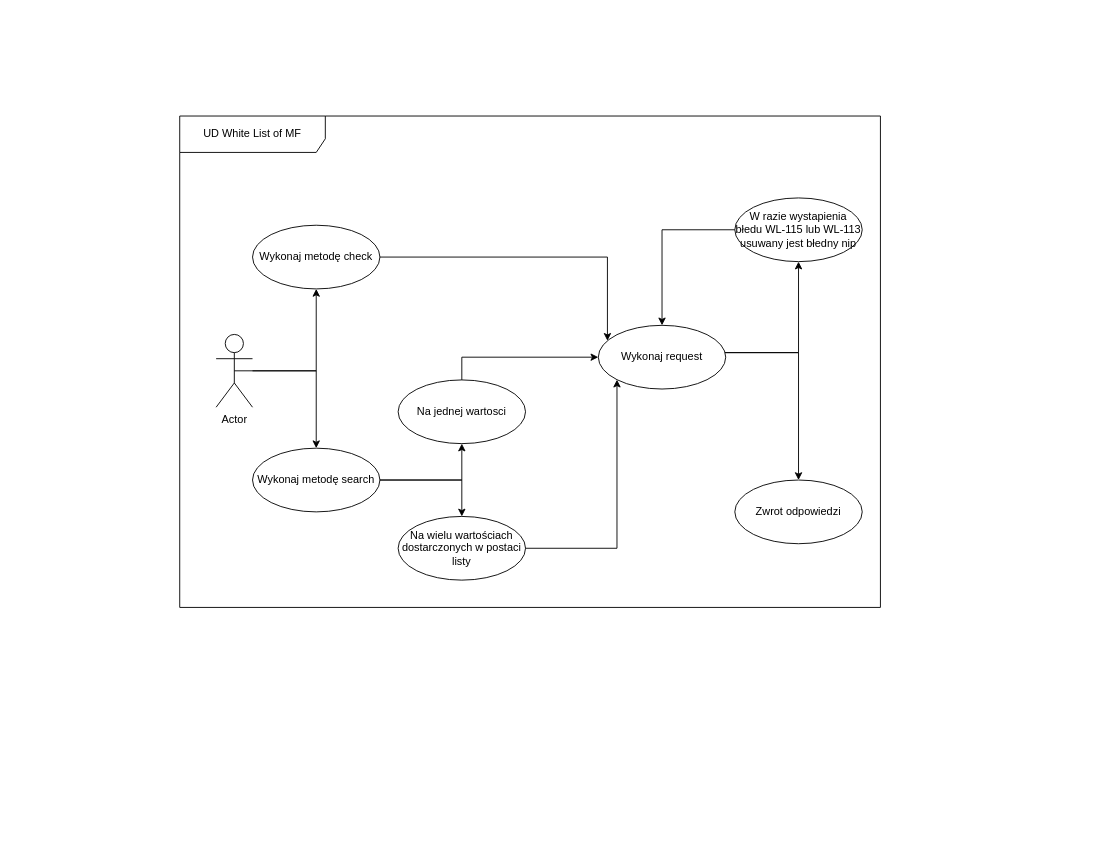
Earlier version of the draw.io diagram Untitled Diagram.drawio (AleksanderStaruch/HospitalUML). Source tidied: cells renumbered, new cells numbered last; positions are measured from the earlier drawing's top-left corner, leaving out a move shared by most shapes. Both pictures are drawn from the tidied source at 91%, with x=0, y=0 at pixel (179, 116).
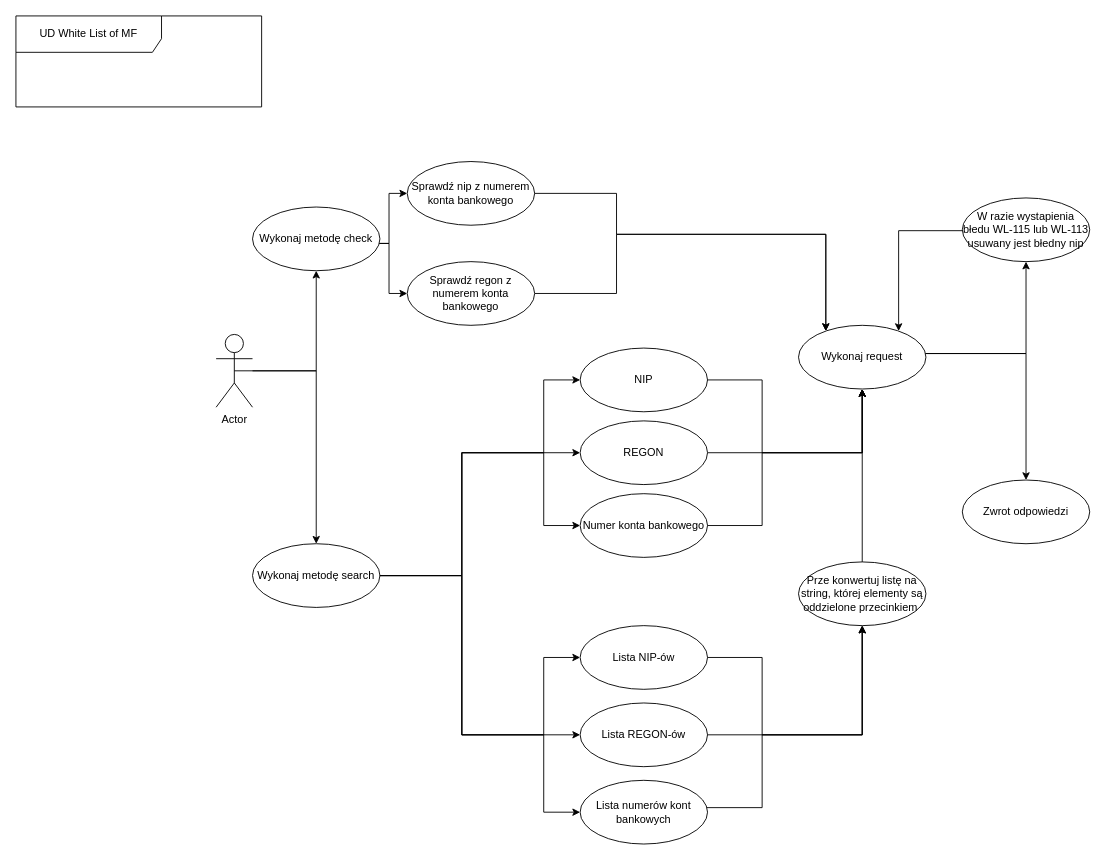
After the change.

What changed in the source:
```diff
@@
     <mxCell id="2" value="UD White List of MF" style="shape=umlFrame;whiteSpace=wrap;html=1;width=160;height=40;" parent="1" vertex="1">
-      <mxGeometry width="770" height="540" as="geometry" />
+      <mxGeometry x="-180" y="-110" width="270" height="100" as="geometry" />
     </mxCell>
@@
     <mxCell id="5" value="Wykonaj metodę check" style="ellipse;whiteSpace=wrap;html=1;" parent="1" vertex="1">
-      <mxGeometry x="80" y="120" width="140" height="70" as="geometry" />
+      <mxGeometry x="80" y="100" width="140" height="70" as="geometry" />
     </mxCell>
     <mxCell id="6" value="Wykonaj metodę&amp;nbsp;search" style="ellipse;whiteSpace=wrap;html=1;" parent="1" vertex="1">
-      <mxGeometry x="80" y="365" width="140" height="70" as="geometry" />
+      <mxGeometry x="80" y="470" width="140" height="70" as="geometry" />
     </mxCell>
-    <mxCell id="7" value="Na jednej wartosci" style="ellipse;whiteSpace=wrap;html=1;" parent="1" vertex="1">
-      <mxGeometry x="240" y="290" width="140" height="70" as="geometry" />
-    </mxCell>
-    <mxCell id="8" value="Na wielu wartościach&lt;br&gt;dostarczonych w postaci listy" style="ellipse;whiteSpace=wrap;html=1;" parent="1" vertex="1">
-      <mxGeometry x="240" y="440" width="140" height="70" as="geometry" />
-    </mxCell>
-    <mxCell id="9" style="edgeStyle=orthogonalEdgeStyle;rounded=0;jettySize=auto;html=1;" parent="1" edge="1" source="6" target="7">
-      <mxGeometry relative="1" as="geometry" />
-    </mxCell>
-    <mxCell id="10" style="edgeStyle=orthogonalEdgeStyle;rounded=0;jettySize=auto;html=1;" parent="1" edge="1" source="6" target="8">
-      <mxGeometry relative="1" as="geometry" />
-    </mxCell>
@@
     <mxCell id="12" value="Wykonaj request" style="ellipse;whiteSpace=wrap;html=1;" parent="1" vertex="1">
-      <mxGeometry x="460" y="230" width="140" height="70" as="geometry" />
+      <mxGeometry x="680" y="230" width="140" height="70" as="geometry" />
     </mxCell>
-    <mxCell id="13" style="edgeStyle=orthogonalEdgeStyle;rounded=0;jettySize=auto;html=1;" parent="1" edge="1" source="5" target="12">
+    <mxCell id="13" style="edgeStyle=orthogonalEdgeStyle;rounded=0;jettySize=auto;html=1;" parent="1" edge="1" source="22" target="12">
       <mxGeometry relative="1" as="geometry">
         <Array as="points">
-          <mxPoint x="470" y="155" />
+          <mxPoint x="480" y="195" />
+          <mxPoint x="480" y="130" />
+          <mxPoint x="710" y="130" />
         </Array>
       </mxGeometry>
     </mxCell>
     <mxCell id="14" style="edgeStyle=orthogonalEdgeStyle;rounded=0;jettySize=auto;html=1;" parent="1" edge="1" source="12" target="18">
       <mxGeometry relative="1" as="geometry">
         <Array as="points">
-          <mxPoint x="680" y="260" />
+          <mxPoint x="930" y="261" />
         </Array>
       </mxGeometry>
     </mxCell>
-    <mxCell id="15" style="edgeStyle=orthogonalEdgeStyle;rounded=0;jettySize=auto;html=1;" parent="1" edge="1" source="7" target="12">
+    <mxCell id="15" style="edgeStyle=orthogonalEdgeStyle;rounded=0;jettySize=auto;html=1;exitX=1;exitY=0.5;exitDx=0;exitDy=0;" parent="1" edge="1" source="26" target="12">
       <mxGeometry relative="1" as="geometry">
         <Array as="points">
-          <mxPoint x="310" y="265" />
+          <mxPoint x="750" y="370" />
         </Array>
       </mxGeometry>
     </mxCell>
-    <mxCell id="16" style="edgeStyle=orthogonalEdgeStyle;rounded=0;jettySize=auto;html=1;entryX=0;entryY=1;entryDx=0;entryDy=0;" parent="1" edge="1" source="8" target="12">
-      <mxGeometry relative="1" as="geometry">
-        <Array as="points">
-          <mxPoint x="481" y="475" />
-        </Array>
-      </mxGeometry>
-    </mxCell>
     <mxCell id="17" style="edgeStyle=orthogonalEdgeStyle;rounded=0;jettySize=auto;html=1;" parent="1" edge="1" source="12" target="20">
       <mxGeometry relative="1" as="geometry">
         <Array as="points">
-          <mxPoint x="680" y="260" />
+          <mxPoint x="930" y="261" />
         </Array>
       </mxGeometry>
     </mxCell>
     <mxCell id="18" value="W razie wystapienia błedu WL-115 lub WL-113 usuwany jest błedny nip" style="ellipse;whiteSpace=wrap;html=1;" parent="1" vertex="1">
-      <mxGeometry x="610" y="90" width="140" height="70" as="geometry" />
+      <mxGeometry x="860" y="90" width="140" height="70" as="geometry" />
     </mxCell>
     <mxCell id="19" style="edgeStyle=orthogonalEdgeStyle;rounded=0;jettySize=auto;html=1;" parent="1" edge="1" source="18" target="12">
-      <mxGeometry relative="1" as="geometry" />
+      <mxGeometry relative="1" as="geometry">
+        <Array as="points">
+          <mxPoint x="790" y="126" />
+        </Array>
+      </mxGeometry>
     </mxCell>
     <mxCell id="20" value="Zwrot odpowiedzi" style="ellipse;whiteSpace=wrap;html=1;" parent="1" vertex="1">
-      <mxGeometry x="610" y="400" width="140" height="70" as="geometry" />
+      <mxGeometry x="860" y="400" width="140" height="70" as="geometry" />
     </mxCell>
+    <mxCell id="21" value="Sprawdź nip z numerem konta bankowego" style="ellipse;whiteSpace=wrap;html=1;" parent="1" vertex="1">
+      <mxGeometry x="250" y="50" width="140" height="70" as="geometry" />
+    </mxCell>
+    <mxCell id="22" value="Sprawdź regon&amp;nbsp;z numerem konta bankowego" style="ellipse;whiteSpace=wrap;html=1;" parent="1" vertex="1">
+      <mxGeometry x="250" y="160" width="140" height="70" as="geometry" />
+    </mxCell>
+    <mxCell id="23" style="edgeStyle=orthogonalEdgeStyle;rounded=0;jettySize=auto;html=1;" parent="1" edge="1" source="21" target="12">
+      <mxGeometry relative="1" as="geometry">
+        <Array as="points">
+          <mxPoint x="480" y="85" />
+          <mxPoint x="480" y="130" />
+          <mxPoint x="710" y="130" />
+        </Array>
+      </mxGeometry>
+    </mxCell>
+    <mxCell id="24" style="edgeStyle=orthogonalEdgeStyle;rounded=0;jettySize=auto;html=1;" parent="1" edge="1" source="5" target="22">
+      <mxGeometry relative="1" as="geometry">
+        <Array as="points">
+          <mxPoint x="230" y="140" />
+          <mxPoint x="230" y="195" />
+        </Array>
+      </mxGeometry>
+    </mxCell>
+    <mxCell id="25" style="edgeStyle=orthogonalEdgeStyle;rounded=0;jettySize=auto;html=1;" parent="1" edge="1" source="5" target="21">
+      <mxGeometry relative="1" as="geometry">
+        <Array as="points">
+          <mxPoint x="230" y="140" />
+          <mxPoint x="230" y="85" />
+        </Array>
+      </mxGeometry>
+    </mxCell>
+    <mxCell id="26" value="REGON" style="ellipse;whiteSpace=wrap;html=1;" parent="1" vertex="1">
+      <mxGeometry x="440" y="335" width="140" height="70" as="geometry" />
+    </mxCell>
+    <mxCell id="27" value="NIP" style="ellipse;whiteSpace=wrap;html=1;" parent="1" vertex="1">
+      <mxGeometry x="440" y="255" width="140" height="70" as="geometry" />
+    </mxCell>
+    <mxCell id="28" value="Numer konta bankowego" style="ellipse;whiteSpace=wrap;html=1;" parent="1" vertex="1">
+      <mxGeometry x="440" y="415" width="140" height="70" as="geometry" />
+    </mxCell>
+    <mxCell id="29" value="Lista NIP-ów" style="ellipse;whiteSpace=wrap;html=1;" parent="1" vertex="1">
+      <mxGeometry x="440" y="560" width="140" height="70" as="geometry" />
+    </mxCell>
+    <mxCell id="30" value="Lista numerów kont bankowych" style="ellipse;whiteSpace=wrap;html=1;" parent="1" vertex="1">
+      <mxGeometry x="440" y="730" width="140" height="70" as="geometry" />
+    </mxCell>
+    <mxCell id="31" value="Lista REGON-ów" style="ellipse;whiteSpace=wrap;html=1;" parent="1" vertex="1">
+      <mxGeometry x="440" y="645" width="140" height="70" as="geometry" />
+    </mxCell>
+    <mxCell id="32" style="edgeStyle=orthogonalEdgeStyle;rounded=0;jettySize=auto;html=1;exitX=1;exitY=0.5;exitDx=0;exitDy=0;" parent="1" edge="1" source="27" target="12">
+      <mxGeometry relative="1" as="geometry">
+        <Array as="points">
+          <mxPoint x="640" y="290" />
+          <mxPoint x="640" y="370" />
+          <mxPoint x="750" y="370" />
+        </Array>
+      </mxGeometry>
+    </mxCell>
+    <mxCell id="33" style="edgeStyle=orthogonalEdgeStyle;rounded=0;jettySize=auto;html=1;exitX=1;exitY=0.5;exitDx=0;exitDy=0;" parent="1" edge="1" source="28" target="12">
+      <mxGeometry relative="1" as="geometry">
+        <Array as="points">
+          <mxPoint x="640" y="450" />
+          <mxPoint x="640" y="370" />
+          <mxPoint x="750" y="370" />
+        </Array>
+      </mxGeometry>
+    </mxCell>
+    <mxCell id="34" style="edgeStyle=orthogonalEdgeStyle;rounded=0;jettySize=auto;html=1;entryX=0;entryY=0.5;entryDx=0;entryDy=0;exitX=1;exitY=0.5;exitDx=0;exitDy=0;" parent="1" edge="1" source="6" target="29">
+      <mxGeometry relative="1" as="geometry">
+        <Array as="points">
+          <mxPoint x="310" y="505" />
+          <mxPoint x="310" y="680" />
+          <mxPoint x="400" y="680" />
+          <mxPoint x="400" y="595" />
+        </Array>
+      </mxGeometry>
+    </mxCell>
+    <mxCell id="35" style="edgeStyle=orthogonalEdgeStyle;rounded=0;jettySize=auto;html=1;entryX=0;entryY=0.5;entryDx=0;entryDy=0;exitX=1;exitY=0.5;exitDx=0;exitDy=0;" parent="1" edge="1" source="6" target="30">
+      <mxGeometry relative="1" as="geometry">
+        <Array as="points">
+          <mxPoint x="310" y="505" />
+          <mxPoint x="310" y="680" />
+          <mxPoint x="400" y="680" />
+          <mxPoint x="400" y="765" />
+        </Array>
+      </mxGeometry>
+    </mxCell>
+    <mxCell id="36" style="edgeStyle=orthogonalEdgeStyle;rounded=0;jettySize=auto;html=1;exitX=1;exitY=0.5;exitDx=0;exitDy=0;" parent="1" edge="1" source="6" target="31">
+      <mxGeometry relative="1" as="geometry">
+        <Array as="points">
+          <mxPoint x="310" y="505" />
+          <mxPoint x="310" y="680" />
+        </Array>
+      </mxGeometry>
+    </mxCell>
+    <mxCell id="37" style="edgeStyle=orthogonalEdgeStyle;rounded=0;jettySize=auto;html=1;entryX=0.5;entryY=1;entryDx=0;entryDy=0;" parent="1" edge="1" source="29" target="43">
+      <mxGeometry relative="1" as="geometry">
+        <Array as="points">
+          <mxPoint x="640" y="595" />
+          <mxPoint x="640" y="680" />
+          <mxPoint x="750" y="680" />
+        </Array>
+      </mxGeometry>
+    </mxCell>
+    <mxCell id="38" style="edgeStyle=orthogonalEdgeStyle;rounded=0;jettySize=auto;html=1;exitX=1;exitY=0.5;exitDx=0;exitDy=0;entryX=0.5;entryY=1;entryDx=0;entryDy=0;" parent="1" edge="1" source="31" target="43">
+      <mxGeometry relative="1" as="geometry" />
+    </mxCell>
+    <mxCell id="39" style="edgeStyle=orthogonalEdgeStyle;rounded=0;jettySize=auto;html=1;entryX=0.5;entryY=1;entryDx=0;entryDy=0;" parent="1" edge="1" source="30" target="43">
+      <mxGeometry relative="1" as="geometry">
+        <Array as="points">
+          <mxPoint x="640" y="760" />
+          <mxPoint x="640" y="680" />
+          <mxPoint x="750" y="680" />
+        </Array>
+      </mxGeometry>
+    </mxCell>
+    <mxCell id="40" style="edgeStyle=orthogonalEdgeStyle;rounded=0;jettySize=auto;html=1;exitX=1;exitY=0.5;exitDx=0;exitDy=0;" parent="1" edge="1" source="6" target="27">
+      <mxGeometry relative="1" as="geometry">
+        <Array as="points">
+          <mxPoint x="310" y="505" />
+          <mxPoint x="310" y="370" />
+          <mxPoint x="400" y="370" />
+          <mxPoint x="400" y="290" />
+        </Array>
+      </mxGeometry>
+    </mxCell>
+    <mxCell id="41" style="edgeStyle=orthogonalEdgeStyle;rounded=0;jettySize=auto;html=1;entryX=0;entryY=0.5;entryDx=0;entryDy=0;exitX=1;exitY=0.5;exitDx=0;exitDy=0;" parent="1" edge="1" source="6" target="28">
+      <mxGeometry relative="1" as="geometry">
+        <Array as="points">
+          <mxPoint x="310" y="505" />
+          <mxPoint x="310" y="370" />
+          <mxPoint x="400" y="370" />
+          <mxPoint x="400" y="450" />
+        </Array>
+      </mxGeometry>
+    </mxCell>
+    <mxCell id="42" style="edgeStyle=orthogonalEdgeStyle;rounded=0;jettySize=auto;html=1;exitX=1;exitY=0.5;exitDx=0;exitDy=0;" parent="1" edge="1" source="6" target="26">
+      <mxGeometry relative="1" as="geometry">
+        <Array as="points">
+          <mxPoint x="310" y="505" />
+          <mxPoint x="310" y="370" />
+        </Array>
+      </mxGeometry>
+    </mxCell>
+    <mxCell id="43" value="Prze konwertuj listę na string, której elementy są oddzielone przecinkiem&amp;nbsp;" style="ellipse;whiteSpace=wrap;html=1;" parent="1" vertex="1">
+      <mxGeometry x="680" y="490" width="140" height="70" as="geometry" />
+    </mxCell>
+    <mxCell id="44" style="edgeStyle=orthogonalEdgeStyle;rounded=0;jettySize=auto;html=1;exitX=0.5;exitY=0;exitDx=0;exitDy=0;entryX=0.5;entryY=1;entryDx=0;entryDy=0;" parent="1" edge="1" source="43" target="12">
+      <mxGeometry relative="1" as="geometry" />
+    </mxCell>
```
